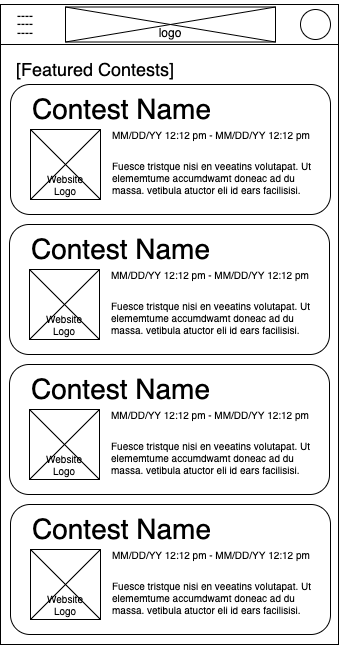
This is ux-design/wireframe/Wireframe-Home.png from software-students-spring2022/final-project-codehunt, a draw.io export, as it was before one commit. Source tidied: cells renumbered, new cells last; positions are measured from the earlier drawing's top-left corner, leaving out a move shared by most shapes.
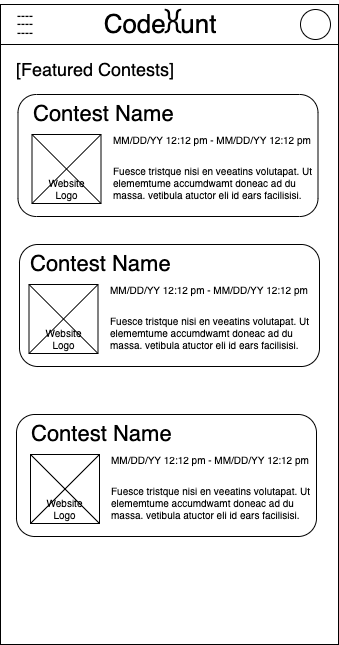
The same diagram one commit later.

Diff of the diagram source:
```diff
@@ -11,77 +11,26 @@
     <mxCell id="4" style="rounded=0;whiteSpace=wrap;html=1;fontSize=8;" parent="1" vertex="1">
       <mxGeometry y="40" width="338" height="600" as="geometry" />
     </mxCell>
-    <mxCell id="5" style="rounded=1;whiteSpace=wrap;html=1;fontSize=18;" parent="1" vertex="1">
-      <mxGeometry x="10" y="80" width="320" height="130" as="geometry" />
-    </mxCell>
-    <mxCell id="6" value="&lt;font style=&quot;font-size: 28px&quot;&gt;Contest Name&lt;/font&gt;" style="text;html=1;strokeColor=none;fillColor=none;align=left;verticalAlign=middle;whiteSpace=wrap;rounded=0;fontSize=18;" parent="1" vertex="1">
-      <mxGeometry x="30" y="90" width="240" height="30" as="geometry" />
-    </mxCell>
-    <mxCell id="7" value="&lt;font style=&quot;font-size: 10px;&quot;&gt;MM/DD/YY 12:12 pm - MM/DD/YY 12:12 pm&lt;/font&gt;" style="text;html=1;strokeColor=none;fillColor=none;align=left;verticalAlign=middle;whiteSpace=wrap;rounded=0;fontSize=10;" parent="1" vertex="1">
-      <mxGeometry x="110" y="120" width="210" height="20" as="geometry" />
-    </mxCell>
-    <mxCell id="8" value="Fuesce tristque nisi en veeatins volutapat. Ut elememtume accumdwamt doneac ad du massa. vetibula atuctor eli id ears facilisisi." style="text;strokeColor=none;fillColor=none;align=left;verticalAlign=middle;whiteSpace=wrap;rounded=0;fontSize=10;" parent="1" vertex="1">
-      <mxGeometry x="110" y="150" width="210" height="45" as="geometry" />
-    </mxCell>
-    <mxCell id="9" value="logo" style="rounded=0;whiteSpace=wrap;html=1;verticalAlign=bottom;" parent="1" vertex="1">
-      <mxGeometry x="65" y="2.5" width="210" height="35" as="geometry" />
-    </mxCell>
-    <mxCell id="10" style="endArrow=none;html=1;rounded=0;exitX=0;exitY=0;exitDx=0;exitDy=0;entryX=1;entryY=1;entryDx=0;entryDy=0;" parent="1" edge="1" source="9" target="9">
-      <mxGeometry relative="1" as="geometry" />
-    </mxCell>
-    <mxCell id="11" style="endArrow=none;html=1;rounded=0;exitX=0;exitY=1;exitDx=0;exitDy=0;entryX=1;entryY=0;entryDx=0;entryDy=0;" parent="1" edge="1" source="9" target="9">
-      <mxGeometry relative="1" as="geometry" />
-    </mxCell>
     <mxCell id="12" style="ellipse;whiteSpace=wrap;html=1;" parent="1" vertex="1">
       <mxGeometry x="300" y="5" width="30" height="30" as="geometry" />
     </mxCell>
     <mxCell id="13" value="&lt;font style=&quot;font-size: 18px&quot;&gt;[Featured Contests]&lt;/font&gt;" style="text;html=1;strokeColor=none;fillColor=none;align=center;verticalAlign=middle;whiteSpace=wrap;rounded=0;" parent="1" vertex="1">
       <mxGeometry y="50" width="190" height="30" as="geometry" />
     </mxCell>
-    <mxCell id="14" value="Website&lt;br&gt;Logo" style="rounded=0;whiteSpace=wrap;html=1;fontFamily=Helvetica;fontSize=10;verticalAlign=bottom;" parent="1" vertex="1">
-      <mxGeometry x="30" y="125" width="70" height="70" as="geometry" />
-    </mxCell>
-    <mxCell id="15" style="endArrow=none;html=1;rounded=0;fontFamily=Helvetica;fontSize=10;exitX=0;exitY=1;exitDx=0;exitDy=0;entryX=1;entryY=0;entryDx=0;entryDy=0;" parent="1" edge="1" source="14" target="14">
-      <mxGeometry relative="1" as="geometry" />
-    </mxCell>
-    <mxCell id="16" style="endArrow=none;html=1;rounded=0;fontFamily=Helvetica;fontSize=10;exitX=0;exitY=0;exitDx=0;exitDy=0;entryX=1;entryY=1;entryDx=0;entryDy=0;" parent="1" edge="1" source="14" target="14">
-      <mxGeometry relative="1" as="geometry" />
-    </mxCell>
-    <mxCell id="17" style="rounded=1;whiteSpace=wrap;html=1;fontSize=18;" parent="1" vertex="1">
-      <mxGeometry x="9" y="220" width="320" height="130" as="geometry" />
-    </mxCell>
-    <mxCell id="18" value="&lt;font style=&quot;font-size: 28px&quot;&gt;Contest Name&lt;/font&gt;" style="text;html=1;strokeColor=none;fillColor=none;align=left;verticalAlign=middle;whiteSpace=wrap;rounded=0;fontSize=18;" parent="1" vertex="1">
-      <mxGeometry x="29" y="230" width="240" height="30" as="geometry" />
-    </mxCell>
-    <mxCell id="19" value="&lt;font style=&quot;font-size: 10px;&quot;&gt;MM/DD/YY 12:12 pm - MM/DD/YY 12:12 pm&lt;/font&gt;" style="text;html=1;strokeColor=none;fillColor=none;align=left;verticalAlign=middle;whiteSpace=wrap;rounded=0;fontSize=10;" parent="1" vertex="1">
-      <mxGeometry x="109" y="260" width="210" height="20" as="geometry" />
-    </mxCell>
-    <mxCell id="20" value="Fuesce tristque nisi en veeatins volutapat. Ut elememtume accumdwamt doneac ad du massa. vetibula atuctor eli id ears facilisisi." style="text;strokeColor=none;fillColor=none;align=left;verticalAlign=middle;whiteSpace=wrap;rounded=0;fontSize=10;" parent="1" vertex="1">
-      <mxGeometry x="109" y="290" width="210" height="45" as="geometry" />
-    </mxCell>
-    <mxCell id="21" value="Website&lt;br&gt;Logo" style="rounded=0;whiteSpace=wrap;html=1;fontFamily=Helvetica;fontSize=10;verticalAlign=bottom;" parent="1" vertex="1">
-      <mxGeometry x="29" y="265" width="70" height="70" as="geometry" />
-    </mxCell>
-    <mxCell id="22" style="endArrow=none;html=1;rounded=0;fontFamily=Helvetica;fontSize=10;exitX=0;exitY=1;exitDx=0;exitDy=0;entryX=1;entryY=0;entryDx=0;entryDy=0;" parent="1" edge="1" source="21" target="21">
-      <mxGeometry relative="1" as="geometry" />
-    </mxCell>
-    <mxCell id="23" style="endArrow=none;html=1;rounded=0;fontFamily=Helvetica;fontSize=10;exitX=0;exitY=0;exitDx=0;exitDy=0;entryX=1;entryY=1;entryDx=0;entryDy=0;" parent="1" edge="1" source="21" target="21">
-      <mxGeometry relative="1" as="geometry" />
-    </mxCell>
     <mxCell id="24" style="rounded=1;whiteSpace=wrap;html=1;fontSize=18;" parent="1" vertex="1">
-      <mxGeometry x="9" y="360" width="320" height="130" as="geometry" />
+      <mxGeometry x="16" y="410" width="300" height="122" as="geometry" />
     </mxCell>
-    <mxCell id="25" value="&lt;font style=&quot;font-size: 28px&quot;&gt;Contest Name&lt;/font&gt;" style="text;html=1;strokeColor=none;fillColor=none;align=left;verticalAlign=middle;whiteSpace=wrap;rounded=0;fontSize=18;" parent="1" vertex="1">
-      <mxGeometry x="29" y="370" width="240" height="30" as="geometry" />
+    <mxCell id="25" value="&lt;font style=&quot;font-size: 22px;&quot;&gt;Contest Name&lt;/font&gt;" style="text;html=1;strokeColor=none;fillColor=none;align=left;verticalAlign=middle;whiteSpace=wrap;rounded=0;fontSize=22;" parent="1" vertex="1">
+      <mxGeometry x="29" y="415" width="240" height="30" as="geometry" />
     </mxCell>
     <mxCell id="26" value="&lt;font style=&quot;font-size: 10px;&quot;&gt;MM/DD/YY 12:12 pm - MM/DD/YY 12:12 pm&lt;/font&gt;" style="text;html=1;strokeColor=none;fillColor=none;align=left;verticalAlign=middle;whiteSpace=wrap;rounded=0;fontSize=10;" parent="1" vertex="1">
-      <mxGeometry x="109" y="400" width="210" height="20" as="geometry" />
+      <mxGeometry x="109" y="445" width="210" height="20" as="geometry" />
     </mxCell>
     <mxCell id="27" value="Fuesce tristque nisi en veeatins volutapat. Ut elememtume accumdwamt doneac ad du massa. vetibula atuctor eli id ears facilisisi." style="text;strokeColor=none;fillColor=none;align=left;verticalAlign=middle;whiteSpace=wrap;rounded=0;fontSize=10;" parent="1" vertex="1">
-      <mxGeometry x="109" y="430" width="210" height="45" as="geometry" />
+      <mxGeometry x="109" y="475" width="210" height="45" as="geometry" />
     </mxCell>
     <mxCell id="28" value="Website&lt;br&gt;Logo" style="rounded=0;whiteSpace=wrap;html=1;fontFamily=Helvetica;fontSize=10;verticalAlign=bottom;" parent="1" vertex="1">
-      <mxGeometry x="29" y="405" width="70" height="70" as="geometry" />
+      <mxGeometry x="30" y="450" width="69" height="69" as="geometry" />
     </mxCell>
     <mxCell id="29" style="endArrow=none;html=1;rounded=0;fontFamily=Helvetica;fontSize=10;exitX=0;exitY=1;exitDx=0;exitDy=0;entryX=1;entryY=0;entryDx=0;entryDy=0;" parent="1" edge="1" source="28" target="28">
       <mxGeometry relative="1" as="geometry" />
@@ -89,26 +38,53 @@
     <mxCell id="30" style="endArrow=none;html=1;rounded=0;fontFamily=Helvetica;fontSize=10;exitX=0;exitY=0;exitDx=0;exitDy=0;entryX=1;entryY=1;entryDx=0;entryDy=0;" parent="1" edge="1" source="28" target="28">
       <mxGeometry relative="1" as="geometry" />
     </mxCell>
-    <mxCell id="31" style="rounded=1;whiteSpace=wrap;html=1;fontSize=18;" parent="1" vertex="1">
-      <mxGeometry x="10" y="500" width="320" height="130" as="geometry" />
-    </mxCell>
-    <mxCell id="32" value="&lt;font style=&quot;font-size: 28px&quot;&gt;Contest Name&lt;/font&gt;" style="text;html=1;strokeColor=none;fillColor=none;align=left;verticalAlign=middle;whiteSpace=wrap;rounded=0;fontSize=18;" parent="1" vertex="1">
-      <mxGeometry x="30" y="510" width="240" height="30" as="geometry" />
-    </mxCell>
-    <mxCell id="33" value="&lt;font style=&quot;font-size: 10px;&quot;&gt;MM/DD/YY 12:12 pm - MM/DD/YY 12:12 pm&lt;/font&gt;" style="text;html=1;strokeColor=none;fillColor=none;align=left;verticalAlign=middle;whiteSpace=wrap;rounded=0;fontSize=10;" parent="1" vertex="1">
-      <mxGeometry x="110" y="540" width="210" height="20" as="geometry" />
-    </mxCell>
-    <mxCell id="34" value="Fuesce tristque nisi en veeatins volutapat. Ut elememtume accumdwamt doneac ad du massa. vetibula atuctor eli id ears facilisisi." style="text;strokeColor=none;fillColor=none;align=left;verticalAlign=middle;whiteSpace=wrap;rounded=0;fontSize=10;" parent="1" vertex="1">
-      <mxGeometry x="110" y="570" width="210" height="45" as="geometry" />
-    </mxCell>
-    <mxCell id="35" value="Website&lt;br&gt;Logo" style="rounded=0;whiteSpace=wrap;html=1;fontFamily=Helvetica;fontSize=10;verticalAlign=bottom;" parent="1" vertex="1">
-      <mxGeometry x="30" y="545" width="70" height="70" as="geometry" />
-    </mxCell>
-    <mxCell id="36" style="endArrow=none;html=1;rounded=0;fontFamily=Helvetica;fontSize=10;exitX=0;exitY=1;exitDx=0;exitDy=0;entryX=1;entryY=0;entryDx=0;entryDy=0;" parent="1" edge="1" source="35" target="35">
-      <mxGeometry relative="1" as="geometry" />
-    </mxCell>
-    <mxCell id="37" style="endArrow=none;html=1;rounded=0;fontFamily=Helvetica;fontSize=10;exitX=0;exitY=0;exitDx=0;exitDy=0;entryX=1;entryY=1;entryDx=0;entryDy=0;" parent="1" edge="1" source="35" target="35">
-      <mxGeometry relative="1" as="geometry" />
-    </mxCell>
+    <mxCell id="11" style="rounded=1;whiteSpace=wrap;html=1;fontSize=18;" parent="1" vertex="1">
+      <mxGeometry x="17.5" y="90" width="300" height="122" as="geometry" />
+    </mxCell>
+    <mxCell id="38" value="&lt;font style=&quot;font-size: 22px;&quot;&gt;Contest Name&lt;/font&gt;" style="text;html=1;strokeColor=none;fillColor=none;align=left;verticalAlign=middle;whiteSpace=wrap;rounded=0;fontSize=22;" parent="1" vertex="1">
+      <mxGeometry x="30.5" y="95" width="240" height="30" as="geometry" />
+    </mxCell>
+    <mxCell id="39" value="&lt;font style=&quot;font-size: 10px;&quot;&gt;MM/DD/YY 12:12 pm - MM/DD/YY 12:12 pm&lt;/font&gt;" style="text;html=1;strokeColor=none;fillColor=none;align=left;verticalAlign=middle;whiteSpace=wrap;rounded=0;fontSize=10;" parent="1" vertex="1">
+      <mxGeometry x="110.5" y="125" width="210" height="20" as="geometry" />
+    </mxCell>
+    <mxCell id="40" value="Fuesce tristque nisi en veeatins volutapat. Ut elememtume accumdwamt doneac ad du massa. vetibula atuctor eli id ears facilisisi." style="text;strokeColor=none;fillColor=none;align=left;verticalAlign=middle;whiteSpace=wrap;rounded=0;fontSize=10;" parent="1" vertex="1">
+      <mxGeometry x="110.5" y="155" width="210" height="45" as="geometry" />
+    </mxCell>
+    <mxCell id="41" value="Website&lt;br&gt;Logo" style="rounded=0;whiteSpace=wrap;html=1;fontFamily=Helvetica;fontSize=10;verticalAlign=bottom;" parent="1" vertex="1">
+      <mxGeometry x="31.5" y="130" width="69" height="69" as="geometry" />
+    </mxCell>
+    <mxCell id="42" style="endArrow=none;html=1;rounded=0;fontFamily=Helvetica;fontSize=10;exitX=0;exitY=1;exitDx=0;exitDy=0;entryX=1;entryY=0;entryDx=0;entryDy=0;" parent="1" edge="1" source="41" target="41">
+      <mxGeometry relative="1" as="geometry" />
+    </mxCell>
+    <mxCell id="43" style="endArrow=none;html=1;rounded=0;fontFamily=Helvetica;fontSize=10;exitX=0;exitY=0;exitDx=0;exitDy=0;entryX=1;entryY=1;entryDx=0;entryDy=0;" parent="1" edge="1" source="41" target="41">
+      <mxGeometry relative="1" as="geometry" />
+    </mxCell>
+    <mxCell id="44" style="rounded=1;whiteSpace=wrap;html=1;fontSize=18;" parent="1" vertex="1">
+      <mxGeometry x="19" y="240" width="300" height="122" as="geometry" />
+    </mxCell>
+    <mxCell id="45" value="&lt;font style=&quot;font-size: 22px;&quot;&gt;Contest Name&lt;/font&gt;" style="text;html=1;strokeColor=none;fillColor=none;align=left;verticalAlign=middle;whiteSpace=wrap;rounded=0;fontSize=22;" parent="1" vertex="1">
+      <mxGeometry x="27.5" y="245" width="240" height="30" as="geometry" />
+    </mxCell>
+    <mxCell id="46" value="&lt;font style=&quot;font-size: 10px;&quot;&gt;MM/DD/YY 12:12 pm - MM/DD/YY 12:12 pm&lt;/font&gt;" style="text;html=1;strokeColor=none;fillColor=none;align=left;verticalAlign=middle;whiteSpace=wrap;rounded=0;fontSize=10;" parent="1" vertex="1">
+      <mxGeometry x="107.5" y="275" width="210" height="20" as="geometry" />
+    </mxCell>
+    <mxCell id="47" value="Fuesce tristque nisi en veeatins volutapat. Ut elememtume accumdwamt doneac ad du massa. vetibula atuctor eli id ears facilisisi." style="text;strokeColor=none;fillColor=none;align=left;verticalAlign=middle;whiteSpace=wrap;rounded=0;fontSize=10;" parent="1" vertex="1">
+      <mxGeometry x="107.5" y="305" width="210" height="45" as="geometry" />
+    </mxCell>
+    <mxCell id="48" value="Website&lt;br&gt;Logo" style="rounded=0;whiteSpace=wrap;html=1;fontFamily=Helvetica;fontSize=10;verticalAlign=bottom;" parent="1" vertex="1">
+      <mxGeometry x="28.5" y="280" width="69" height="69" as="geometry" />
+    </mxCell>
+    <mxCell id="49" style="endArrow=none;html=1;rounded=0;fontFamily=Helvetica;fontSize=10;exitX=0;exitY=1;exitDx=0;exitDy=0;entryX=1;entryY=0;entryDx=0;entryDy=0;" parent="1" edge="1" source="48" target="48">
+      <mxGeometry relative="1" as="geometry" />
+    </mxCell>
+    <mxCell id="50" style="endArrow=none;html=1;rounded=0;fontFamily=Helvetica;fontSize=10;exitX=0;exitY=0;exitDx=0;exitDy=0;entryX=1;entryY=1;entryDx=0;entryDy=0;" parent="1" edge="1" source="48" target="48">
+      <mxGeometry relative="1" as="geometry" />
+    </mxCell>
+    <mxCell id="51" value="Code&amp;nbsp; unt" style="text;html=1;strokeColor=none;fillColor=none;align=center;verticalAlign=middle;whiteSpace=wrap;rounded=0;fontSize=26;" parent="1" vertex="1">
+      <mxGeometry x="80" y="5" width="160" height="30" as="geometry" />
+    </mxCell>
+    <mxCell id="52" value="}{" style="text;html=1;strokeColor=none;fillColor=none;align=center;verticalAlign=middle;whiteSpace=wrap;rounded=0;fontSize=26;" parent="1" vertex="1">
+      <mxGeometry x="143" width="60" height="30" as="geometry" />
+    </mxCell>
   </root>
 </mxGraphModel>
```
